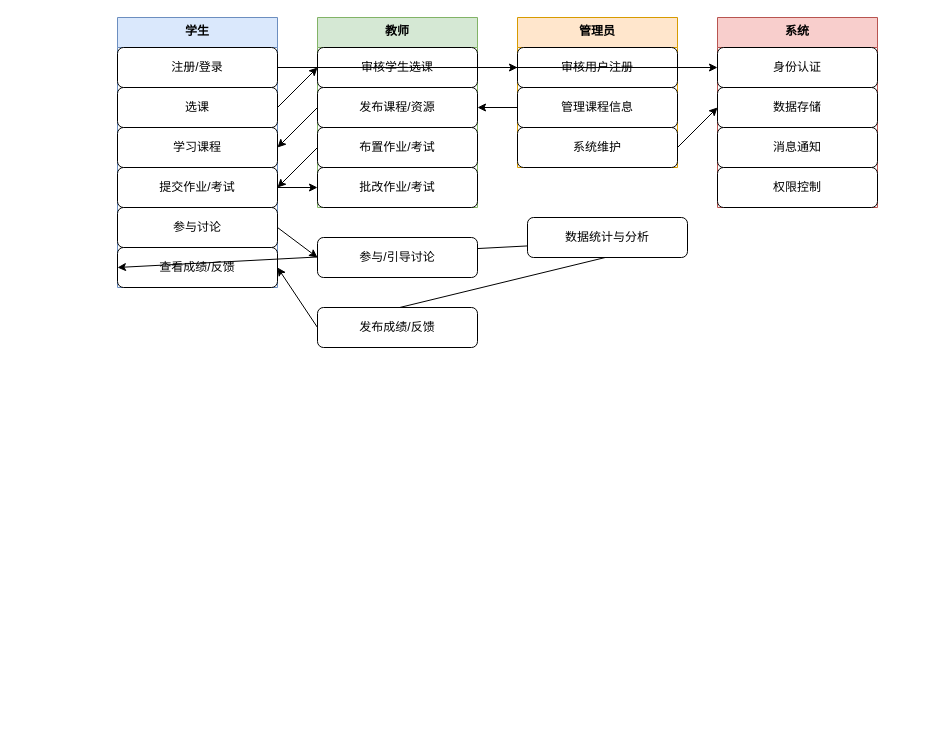
ytrLove/text_repo keeps this draw.io diagram as 泳道图.drawio. Above is the earlier version. Source tidied: cells renumbered, new cells numbered last; positions are measured from the earlier drawing's top-left corner, leaving out a move shared by most shapes. Both pictures are drawn from the tidied source at 100%, with x=0, y=0 at pixel (117, 17).
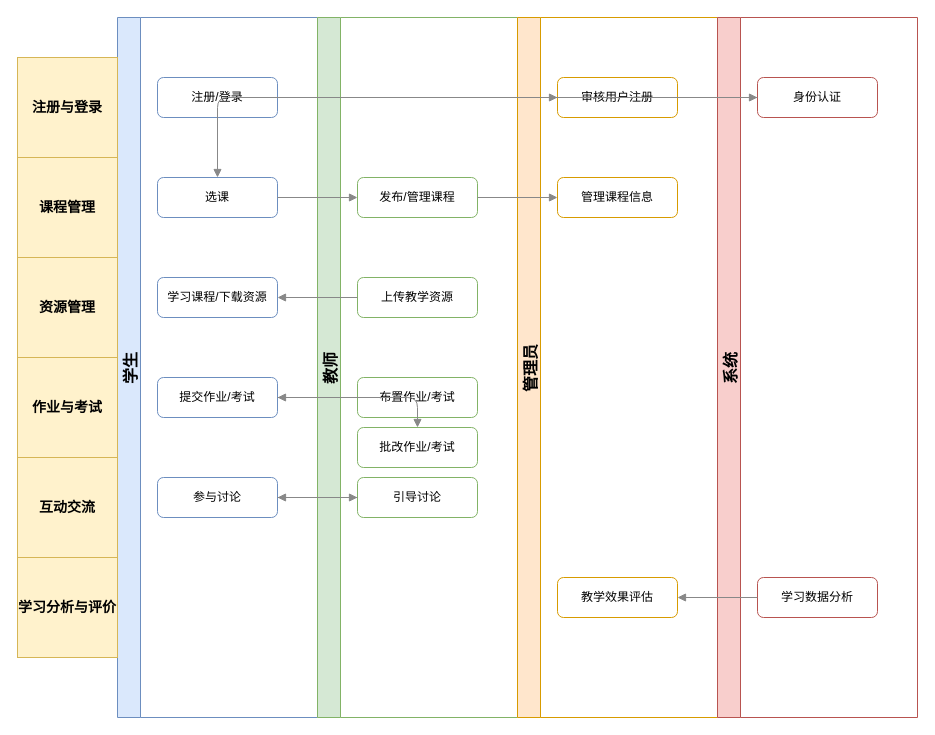
The same page after the edit.

The edit, as a diff of the source:
```diff
@@
-    <mxCell id="2" value="学生" style="swimlane;fontStyle=1;align=center;verticalAlign=top;horizontal=1;startSize=30;fillColor=#dae8fc;strokeColor=#6c8ebf;" parent="1" vertex="1">
-      <mxGeometry width="160" height="270" as="geometry" />
+    <mxCell id="2" value="学生" style="swimlane;horizontal=0;fillColor=#dae8fc;strokeColor=#6c8ebf;fontSize=16;fontStyle=1;" parent="1" vertex="1">
+      <mxGeometry width="200" height="700" as="geometry" />
     </mxCell>
+    <mxCell id="9" value="教师" style="swimlane;horizontal=0;fillColor=#d5e8d4;strokeColor=#82b366;fontSize=16;fontStyle=1;" parent="1" vertex="1">
+      <mxGeometry x="200" width="200" height="700" as="geometry" />
+    </mxCell>
+    <mxCell id="14" value="管理员" style="swimlane;horizontal=0;fillColor=#ffe6cc;strokeColor=#d79b00;fontSize=16;fontStyle=1;" parent="1" vertex="1">
+      <mxGeometry x="400" width="200" height="700" as="geometry" />
+    </mxCell>
+    <mxCell id="18" value="系统" style="swimlane;horizontal=0;fillColor=#f8cecc;strokeColor=#b85450;fontSize=16;fontStyle=1;" parent="1" vertex="1">
+      <mxGeometry x="600" width="200" height="700" as="geometry" />
+    </mxCell>
+    <mxCell id="38" value="注册与登录" style="rounded=0;whiteSpace=wrap;html=1;fillColor=#fff2cc;strokeColor=#d6b656;fontSize=14;fontStyle=1;" parent="1" vertex="1">
+      <mxGeometry x="-100" y="40" width="100" height="100" as="geometry" />
+    </mxCell>
+    <mxCell id="39" value="课程管理" style="rounded=0;whiteSpace=wrap;html=1;fillColor=#fff2cc;strokeColor=#d6b656;fontSize=14;fontStyle=1;" parent="1" vertex="1">
+      <mxGeometry x="-100" y="140" width="100" height="100" as="geometry" />
+    </mxCell>
+    <mxCell id="40" value="资源管理" style="rounded=0;whiteSpace=wrap;html=1;fillColor=#fff2cc;strokeColor=#d6b656;fontSize=14;fontStyle=1;" parent="1" vertex="1">
+      <mxGeometry x="-100" y="240" width="100" height="100" as="geometry" />
+    </mxCell>
+    <mxCell id="41" value="作业与考试" style="rounded=0;whiteSpace=wrap;html=1;fillColor=#fff2cc;strokeColor=#d6b656;fontSize=14;fontStyle=1;" parent="1" vertex="1">
+      <mxGeometry x="-100" y="340" width="100" height="100" as="geometry" />
+    </mxCell>
+    <mxCell id="42" value="互动交流" style="rounded=0;whiteSpace=wrap;html=1;fillColor=#fff2cc;strokeColor=#d6b656;fontSize=14;fontStyle=1;" parent="1" vertex="1">
+      <mxGeometry x="-100" y="440" width="100" height="100" as="geometry" />
+    </mxCell>
+    <mxCell id="43" value="学习分析与评价" style="rounded=0;whiteSpace=wrap;html=1;fillColor=#fff2cc;strokeColor=#d6b656;fontSize=14;fontStyle=1;" parent="1" vertex="1">
+      <mxGeometry x="-100" y="540" width="100" height="100" as="geometry" />
+    </mxCell>
-    <mxCell id="3" value="注册/登录" style="rounded=1;whiteSpace=wrap;html=1;" parent="2" vertex="1">
-      <mxGeometry y="30" width="160" height="40" as="geometry" />
+    <mxCell id="3" value="注册/登录" style="rounded=1;whiteSpace=wrap;html=1;fillColor=#fff;strokeColor=#6c8ebf;" parent="1" vertex="1">
+      <mxGeometry x="40" y="60" width="120" height="40" as="geometry" />
     </mxCell>
+    <mxCell id="15" value="审核用户注册" style="rounded=1;whiteSpace=wrap;html=1;fillColor=#fff;strokeColor=#d79b00;" parent="1" vertex="1">
+      <mxGeometry x="440" y="60" width="120" height="40" as="geometry" />
+    </mxCell>
+    <mxCell id="19" value="身份认证" style="rounded=1;whiteSpace=wrap;html=1;fillColor=#fff;strokeColor=#b85450;" parent="1" vertex="1">
+      <mxGeometry x="640" y="60" width="120" height="40" as="geometry" />
+    </mxCell>
-    <mxCell id="4" value="选课" style="rounded=1;whiteSpace=wrap;html=1;" parent="2" vertex="1">
-      <mxGeometry y="70" width="160" height="40" as="geometry" />
+    <mxCell id="4" value="选课" style="rounded=1;whiteSpace=wrap;html=1;fillColor=#fff;strokeColor=#6c8ebf;" parent="1" vertex="1">
+      <mxGeometry x="40" y="160" width="120" height="40" as="geometry" />
     </mxCell>
-    <mxCell id="5" value="学习课程" style="rounded=1;whiteSpace=wrap;html=1;" parent="2" vertex="1">
-      <mxGeometry y="110" width="160" height="40" as="geometry" />
-    </mxCell>
+    <mxCell id="44" value="发布/管理课程" style="rounded=1;whiteSpace=wrap;html=1;fillColor=#fff;strokeColor=#82b366;" parent="1" vertex="1">
+      <mxGeometry x="240" y="160" width="120" height="40" as="geometry" />
+    </mxCell>
+    <mxCell id="16" value="管理课程信息" style="rounded=1;whiteSpace=wrap;html=1;fillColor=#fff;strokeColor=#d79b00;" parent="1" vertex="1">
+      <mxGeometry x="440" y="160" width="120" height="40" as="geometry" />
+    </mxCell>
+    <mxCell id="45" value="上传教学资源" style="rounded=1;whiteSpace=wrap;html=1;fillColor=#fff;strokeColor=#82b366;" parent="1" vertex="1">
+      <mxGeometry x="240" y="260" width="120" height="40" as="geometry" />
+    </mxCell>
+    <mxCell id="46" value="学习课程/下载资源" style="rounded=1;whiteSpace=wrap;html=1;fillColor=#fff;strokeColor=#6c8ebf;" parent="1" vertex="1">
+      <mxGeometry x="40" y="260" width="120" height="40" as="geometry" />
+    </mxCell>
+    <mxCell id="12" value="布置作业/考试" style="rounded=1;whiteSpace=wrap;html=1;fillColor=#fff;strokeColor=#82b366;" parent="1" vertex="1">
+      <mxGeometry x="240" y="360" width="120" height="40" as="geometry" />
+    </mxCell>
-    <mxCell id="6" value="提交作业/考试" style="rounded=1;whiteSpace=wrap;html=1;" parent="2" vertex="1">
-      <mxGeometry y="150" width="160" height="40" as="geometry" />
+    <mxCell id="6" value="提交作业/考试" style="rounded=1;whiteSpace=wrap;html=1;fillColor=#fff;strokeColor=#6c8ebf;" parent="1" vertex="1">
+      <mxGeometry x="40" y="360" width="120" height="40" as="geometry" />
     </mxCell>
+    <mxCell id="13" value="批改作业/考试" style="rounded=1;whiteSpace=wrap;html=1;fillColor=#fff;strokeColor=#82b366;" parent="1" vertex="1">
+      <mxGeometry x="240" y="410" width="120" height="40" as="geometry" />
+    </mxCell>
-    <mxCell id="7" value="参与讨论" style="rounded=1;whiteSpace=wrap;html=1;" parent="2" vertex="1">
-      <mxGeometry y="190" width="160" height="40" as="geometry" />
+    <mxCell id="7" value="参与讨论" style="rounded=1;whiteSpace=wrap;html=1;fillColor=#fff;strokeColor=#6c8ebf;" parent="1" vertex="1">
+      <mxGeometry x="40" y="460" width="120" height="40" as="geometry" />
     </mxCell>
-    <mxCell id="8" value="查看成绩/反馈" style="rounded=1;whiteSpace=wrap;html=1;" parent="2" vertex="1">
-      <mxGeometry y="230" width="160" height="40" as="geometry" />
-    </mxCell>
-    <mxCell id="9" value="教师" style="swimlane;fontStyle=1;align=center;verticalAlign=top;horizontal=1;startSize=30;fillColor=#d5e8d4;strokeColor=#82b366;" parent="1" vertex="1">
-      <mxGeometry x="200" width="160" height="190" as="geometry" />
-    </mxCell>
-    <mxCell id="10" value="审核学生选课" style="rounded=1;whiteSpace=wrap;html=1;" parent="9" vertex="1">
-      <mxGeometry y="30" width="160" height="40" as="geometry" />
-    </mxCell>
-    <mxCell id="11" value="发布课程/资源" style="rounded=1;whiteSpace=wrap;html=1;" parent="9" vertex="1">
-      <mxGeometry y="70" width="160" height="40" as="geometry" />
-    </mxCell>
-    <mxCell id="12" value="布置作业/考试" style="rounded=1;whiteSpace=wrap;html=1;" parent="9" vertex="1">
-      <mxGeometry y="110" width="160" height="40" as="geometry" />
-    </mxCell>
-    <mxCell id="13" value="批改作业/考试" style="rounded=1;whiteSpace=wrap;html=1;" parent="9" vertex="1">
-      <mxGeometry y="150" width="160" height="40" as="geometry" />
-    </mxCell>
-    <mxCell id="14" value="管理员" style="swimlane;fontStyle=1;align=center;verticalAlign=top;horizontal=1;startSize=30;fillColor=#ffe6cc;strokeColor=#d79b00;" parent="1" vertex="1">
-      <mxGeometry x="400" width="160" height="150" as="geometry" />
-    </mxCell>
-    <mxCell id="15" value="审核用户注册" style="rounded=1;whiteSpace=wrap;html=1;" parent="14" vertex="1">
-      <mxGeometry y="30" width="160" height="40" as="geometry" />
-    </mxCell>
-    <mxCell id="16" value="管理课程信息" style="rounded=1;whiteSpace=wrap;html=1;" parent="14" vertex="1">
-      <mxGeometry y="70" width="160" height="40" as="geometry" />
-    </mxCell>
-    <mxCell id="17" value="系统维护" style="rounded=1;whiteSpace=wrap;html=1;" parent="14" vertex="1">
-      <mxGeometry y="110" width="160" height="40" as="geometry" />
-    </mxCell>
-    <mxCell id="18" value="系统" style="swimlane;fontStyle=1;align=center;verticalAlign=top;horizontal=1;startSize=30;fillColor=#f8cecc;strokeColor=#b85450;" parent="1" vertex="1">
-      <mxGeometry x="600" width="160" height="190" as="geometry" />
-    </mxCell>
-    <mxCell id="19" value="身份认证" style="rounded=1;whiteSpace=wrap;html=1;" parent="18" vertex="1">
-      <mxGeometry y="30" width="160" height="40" as="geometry" />
-    </mxCell>
-    <mxCell id="20" value="数据存储" style="rounded=1;whiteSpace=wrap;html=1;" parent="18" vertex="1">
-      <mxGeometry y="70" width="160" height="40" as="geometry" />
-    </mxCell>
-    <mxCell id="21" value="消息通知" style="rounded=1;whiteSpace=wrap;html=1;" parent="18" vertex="1">
-      <mxGeometry y="110" width="160" height="40" as="geometry" />
-    </mxCell>
-    <mxCell id="22" value="权限控制" style="rounded=1;whiteSpace=wrap;html=1;" parent="18" vertex="1">
-      <mxGeometry y="150" width="160" height="40" as="geometry" />
-    </mxCell>
-    <mxCell id="23" style="endArrow=classic;html=1;exitX=1;exitY=0.5;exitDx=0;exitDy=0;entryX=0;entryY=0.5;entryDx=0;entryDy=0;" parent="1" edge="1" source="3" target="19">
-      <mxGeometry relative="1" as="geometry" />
-    </mxCell>
+    <mxCell id="47" value="引导讨论" style="rounded=1;whiteSpace=wrap;html=1;fillColor=#fff;strokeColor=#82b366;" parent="1" vertex="1">
+      <mxGeometry x="240" y="460" width="120" height="40" as="geometry" />
+    </mxCell>
+    <mxCell id="48" value="学习数据分析" style="rounded=1;whiteSpace=wrap;html=1;fillColor=#fff;strokeColor=#b85450;" parent="1" vertex="1">
+      <mxGeometry x="640" y="560" width="120" height="40" as="geometry" />
+    </mxCell>
+    <mxCell id="49" value="教学效果评估" style="rounded=1;whiteSpace=wrap;html=1;fillColor=#fff;strokeColor=#d79b00;" parent="1" vertex="1">
+      <mxGeometry x="440" y="560" width="120" height="40" as="geometry" />
+    </mxCell>
-    <mxCell id="24" style="endArrow=classic;html=1;exitX=1;exitY=0.5;exitDx=0;exitDy=0;entryX=0;entryY=0.5;entryDx=0;entryDy=0;" parent="1" edge="1" source="3" target="15">
+    <mxCell id="24" style="edgeStyle=orthogonalEdgeStyle;endArrow=block;endFill=1;strokeColor=#888;" parent="1" edge="1" source="3" target="15">
       <mxGeometry relative="1" as="geometry" />
     </mxCell>
-    <mxCell id="25" style="endArrow=classic;html=1;exitX=1;exitY=0.5;exitDx=0;exitDy=0;entryX=0;entryY=0.5;entryDx=0;entryDy=0;" parent="1" edge="1" source="4" target="10">
-      <mxGeometry relative="1" as="geometry" />
-    </mxCell>
-    <mxCell id="26" style="endArrow=classic;html=1;exitX=0;exitY=0.5;exitDx=0;exitDy=0;entryX=1;entryY=0.5;entryDx=0;entryDy=0;" parent="1" edge="1" source="11" target="5">
-      <mxGeometry relative="1" as="geometry" />
-    </mxCell>
+    <mxCell id="50" style="edgeStyle=orthogonalEdgeStyle;endArrow=block;endFill=1;strokeColor=#888;" parent="1" edge="1" source="15" target="19">
+      <mxGeometry relative="1" as="geometry" />
+    </mxCell>
+    <mxCell id="51" style="edgeStyle=orthogonalEdgeStyle;endArrow=block;endFill=1;strokeColor=#888;" parent="1" edge="1" source="19" target="4">
+      <mxGeometry relative="1" as="geometry" />
+    </mxCell>
+    <mxCell id="52" style="edgeStyle=orthogonalEdgeStyle;endArrow=block;endFill=1;strokeColor=#888;" parent="1" edge="1" source="4" target="44">
+      <mxGeometry relative="1" as="geometry" />
+    </mxCell>
+    <mxCell id="53" style="edgeStyle=orthogonalEdgeStyle;endArrow=block;endFill=1;strokeColor=#888;" parent="1" edge="1" source="44" target="16">
+      <mxGeometry relative="1" as="geometry" />
+    </mxCell>
+    <mxCell id="54" style="edgeStyle=orthogonalEdgeStyle;endArrow=block;endFill=1;strokeColor=#888;" parent="1" edge="1" source="45" target="46">
+      <mxGeometry relative="1" as="geometry" />
+    </mxCell>
-    <mxCell id="27" style="endArrow=classic;html=1;exitX=0;exitY=0.5;exitDx=0;exitDy=0;entryX=1;entryY=0.5;entryDx=0;entryDy=0;" parent="1" edge="1" source="12" target="6">
+    <mxCell id="27" style="edgeStyle=orthogonalEdgeStyle;endArrow=block;endFill=1;strokeColor=#888;" parent="1" edge="1" source="12" target="6">
       <mxGeometry relative="1" as="geometry" />
     </mxCell>
-    <mxCell id="28" style="endArrow=classic;html=1;exitX=1;exitY=0.5;exitDx=0;exitDy=0;entryX=0;entryY=0.5;entryDx=0;entryDy=0;" parent="1" edge="1" source="6" target="13">
+    <mxCell id="28" style="edgeStyle=orthogonalEdgeStyle;endArrow=block;endFill=1;strokeColor=#888;" parent="1" edge="1" source="6" target="13">
       <mxGeometry relative="1" as="geometry" />
     </mxCell>
-    <mxCell id="29" style="endArrow=classic;html=1;exitX=1;exitY=0.5;exitDx=0;exitDy=0;entryX=0;entryY=0.5;entryDx=0;entryDy=0;" parent="1" edge="1" source="7" target="36">
-      <mxGeometry relative="1" as="geometry" />
-    </mxCell>
-    <mxCell id="30" style="endArrow=classic;html=1;exitX=0;exitY=0.5;exitDx=0;exitDy=0;entryX=1;entryY=0.5;entryDx=0;entryDy=0;" parent="1" edge="1" source="35" target="8">
-      <mxGeometry relative="1" as="geometry" />
-    </mxCell>
-    <mxCell id="31" style="endArrow=classic;html=1;exitX=0;exitY=0.5;exitDx=0;exitDy=0;entryX=1;entryY=0.5;entryDx=0;entryDy=0;" parent="1" edge="1" source="16" target="11">
-      <mxGeometry relative="1" as="geometry" />
-    </mxCell>
-    <mxCell id="32" style="endArrow=classic;html=1;exitX=1;exitY=0.5;exitDx=0;exitDy=0;entryX=0;entryY=0.5;entryDx=0;entryDy=0;" parent="1" edge="1" source="17" target="20">
-      <mxGeometry relative="1" as="geometry" />
-    </mxCell>
-    <mxCell id="33" style="endArrow=classic;html=1;exitX=1;exitY=0.5;exitDx=0;exitDy=0;entryX=0;entryY=0.5;entryDx=0;entryDy=0;" parent="1" edge="1" source="37" target="35">
-      <mxGeometry relative="1" as="geometry" />
-    </mxCell>
-    <mxCell id="34" style="endArrow=classic;html=1;exitX=1;exitY=0.5;exitDx=0;exitDy=0;entryX=0;entryY=0.5;entryDx=0;entryDy=0;" parent="1" edge="1" source="37" target="8">
-      <mxGeometry relative="1" as="geometry" />
-    </mxCell>
-    <mxCell id="35" value="发布成绩/反馈" style="rounded=1;whiteSpace=wrap;html=1;" parent="1" vertex="1">
-      <mxGeometry x="200" y="290" width="160" height="40" as="geometry" />
-    </mxCell>
-    <mxCell id="36" value="参与/引导讨论" style="rounded=1;whiteSpace=wrap;html=1;" parent="1" vertex="1">
-      <mxGeometry x="200" y="220" width="160" height="40" as="geometry" />
-    </mxCell>
-    <mxCell id="37" value="数据统计与分析" style="rounded=1;whiteSpace=wrap;html=1;" parent="1" vertex="1">
-      <mxGeometry x="410" y="200" width="160" height="40" as="geometry" />
-    </mxCell>
+    <mxCell id="55" style="edgeStyle=orthogonalEdgeStyle;endArrow=block;endFill=1;strokeColor=#888;" parent="1" edge="1" source="7" target="47">
+      <mxGeometry relative="1" as="geometry" />
+    </mxCell>
+    <mxCell id="56" style="edgeStyle=orthogonalEdgeStyle;endArrow=block;endFill=1;strokeColor=#888;" parent="1" edge="1" source="47" target="7">
+      <mxGeometry relative="1" as="geometry" />
+    </mxCell>
+    <mxCell id="57" style="edgeStyle=orthogonalEdgeStyle;endArrow=block;endFill=1;strokeColor=#888;" parent="1" edge="1" source="48" target="49">
+      <mxGeometry relative="1" as="geometry" />
+    </mxCell>
```
